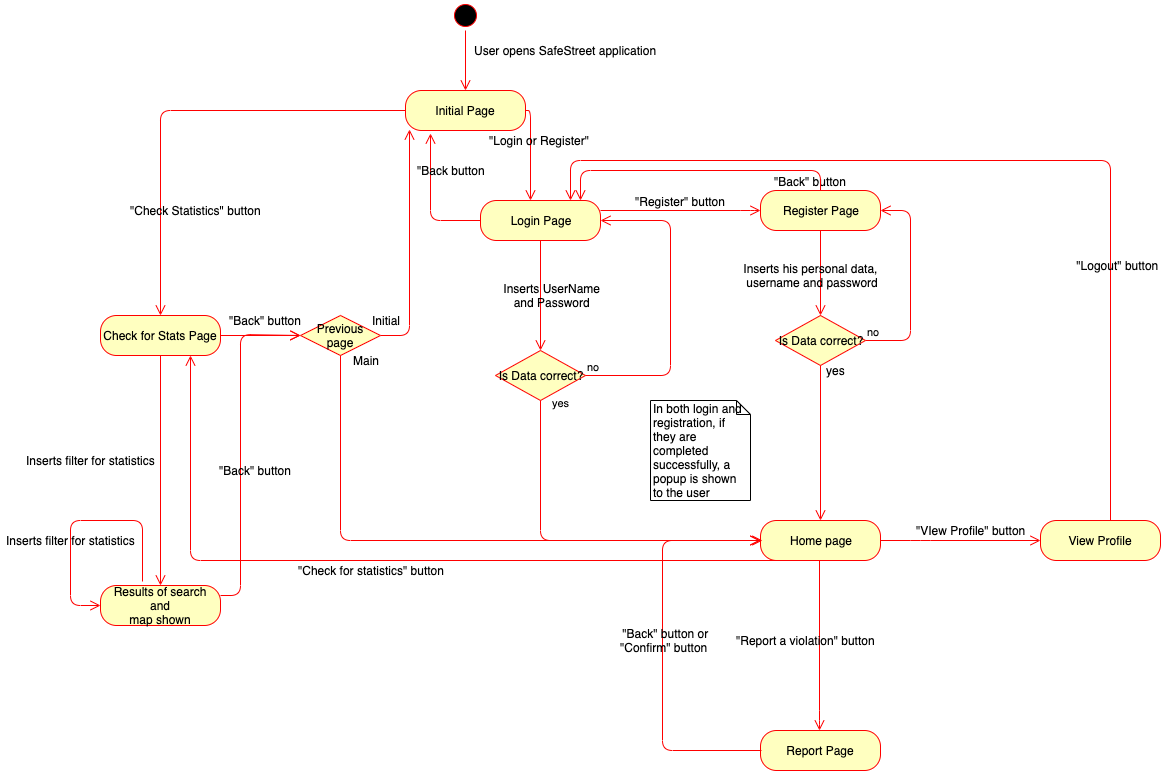
Above: DD/img/Activity_diagram_UI.png in SimoneSartoni/SoftwareEngineering2 (draw.io), before the change. Source tidied: cells renumbered, new cells last; positions are measured from the earlier drawing's top-left corner, leaving out a move shared by most shapes.
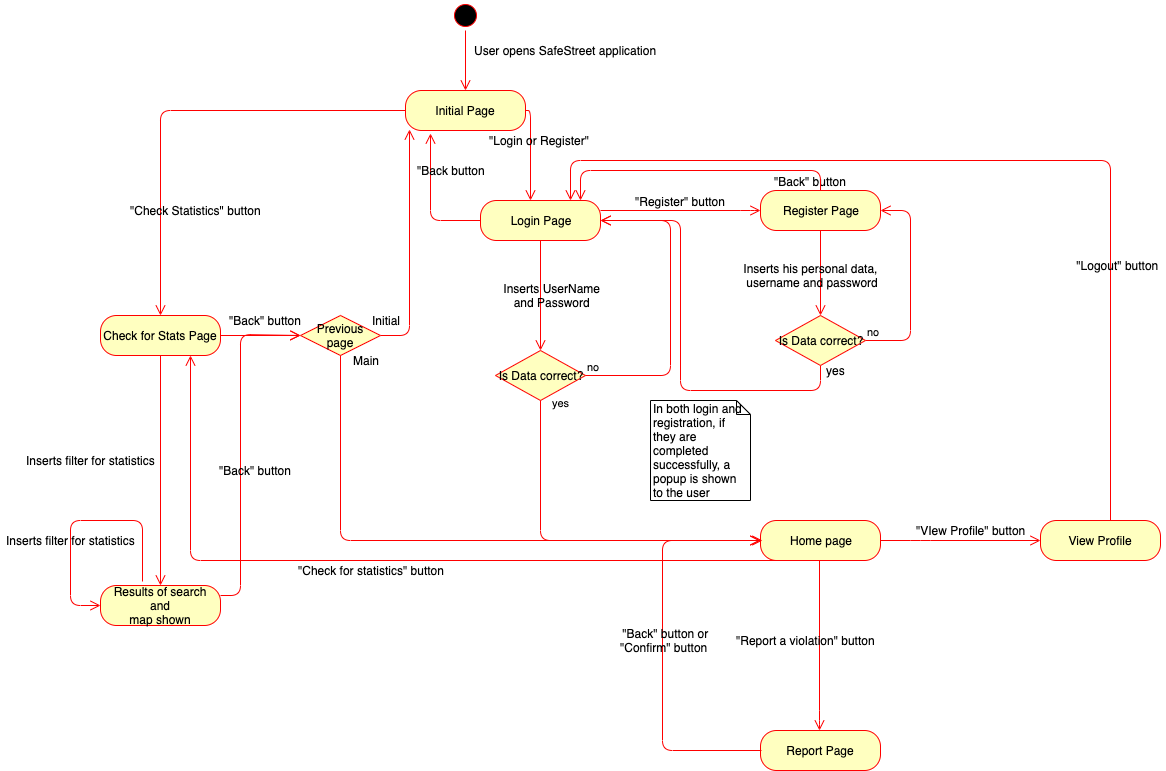
After the commit.

Commit message:
update activity diagrams

Change to the diagram source:
```diff
@@ -70,10 +70,13 @@
     <mxCell id="16" value="Register Page" style="rounded=1;whiteSpace=wrap;html=1;arcSize=40;fontColor=#000000;fillColor=#ffffc0;strokeColor=#ff0000;" parent="1" vertex="1">
       <mxGeometry x="760" y="190" width="120" height="40" as="geometry" />
     </mxCell>
-    <mxCell id="17" style="edgeStyle=orthogonalEdgeStyle;html=1;verticalAlign=bottom;endArrow=open;endSize=8;strokeColor=#ff0000;exitX=0.5;exitY=1;exitDx=0;exitDy=0;" parent="1" edge="1" source="22" target="19">
+    <mxCell id="17" style="edgeStyle=orthogonalEdgeStyle;html=1;verticalAlign=bottom;endArrow=open;endSize=8;strokeColor=#ff0000;exitX=0.5;exitY=1;exitDx=0;exitDy=0;" parent="1" edge="1" source="22">
       <mxGeometry relative="1" as="geometry">
+        <mxPoint x="600" y="220" as="targetPoint" />
         <Array as="points">
-          <mxPoint x="820" y="310" />
+          <mxPoint x="820" y="390" />
+          <mxPoint x="680" y="390" />
+          <mxPoint x="680" y="220" />
         </Array>
       </mxGeometry>
     </mxCell>
```
